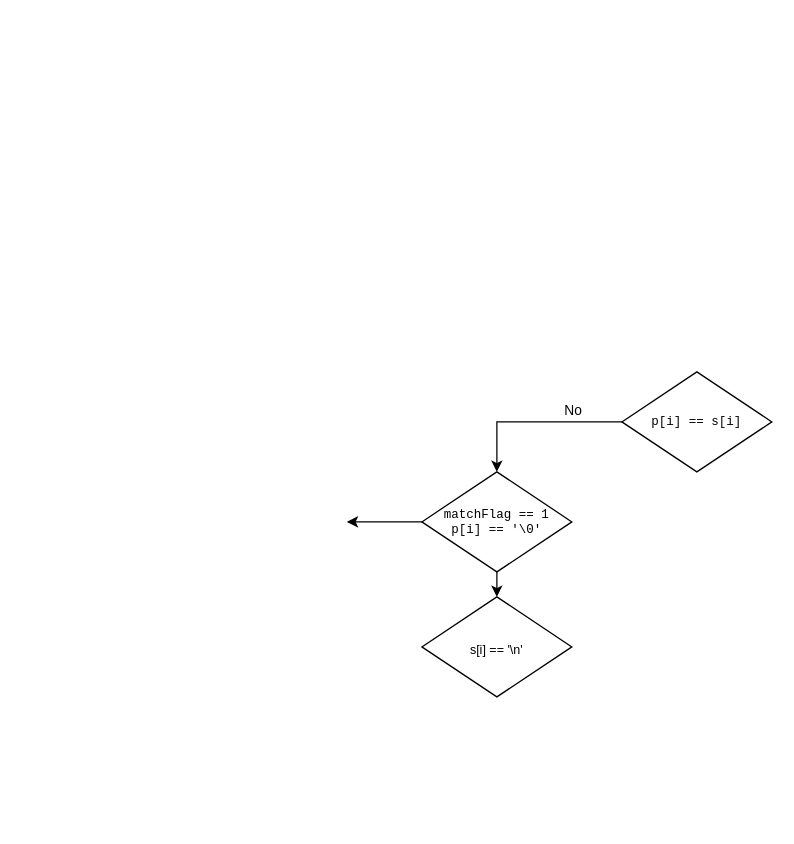
Above: project_01/keyfilter.drawio in Tetour/FIT_IZP (draw.io), before the change. Source tidied: cells renumbered, new cells numbered last; positions are measured from the earlier drawing's top-left corner, leaving out a move shared by most shapes. Both pictures are drawn from the tidied source at 125%, with x=0, y=0 at pixel (346, 371).
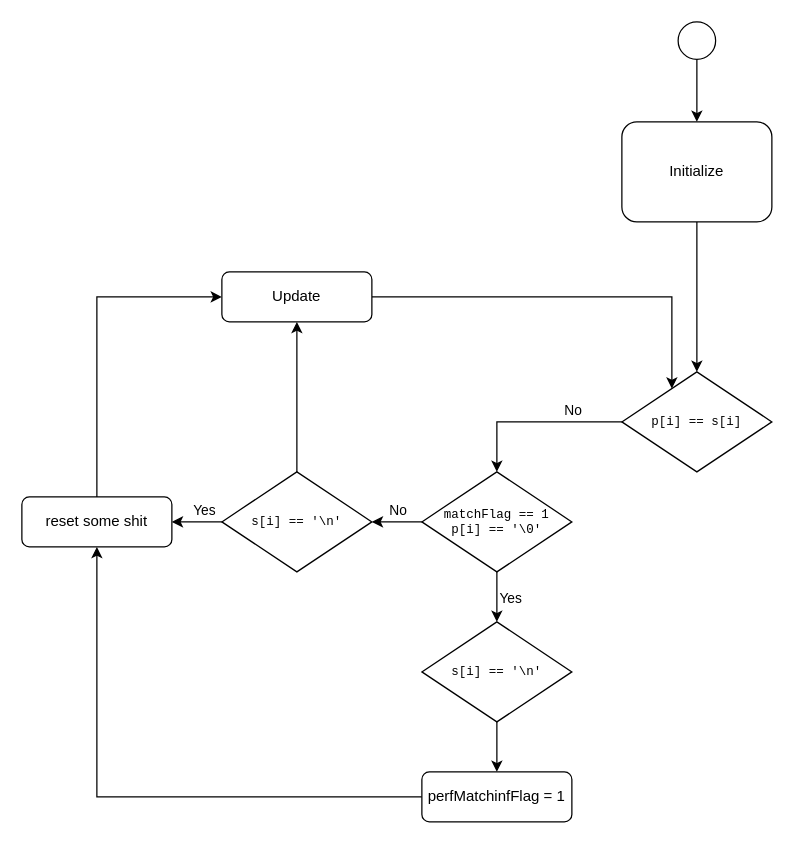
The same page after the edit.

The change refers to these unchanged cells:
```xml
<mxCell id="4" value="&lt;pre style=&quot;font-size: 10px;&quot;&gt;&lt;font style=&quot;font-size: 10px;&quot;&gt;p[i] == s[i]&lt;br&gt;&lt;/font&gt;&lt;/pre&gt;" style="rhombus;whiteSpace=wrap;html=1;hachureGap=4;fontFamily=Architects Daughter;fontSize=20;rounded=0;" parent="1" vertex="1">
  <mxGeometry x="220" width="120" height="80" as="geometry" />
</mxCell>
<mxCell id="6" style="edgeStyle=orthogonalEdgeStyle;jettySize=auto;html=1;" parent="1" edge="1" source="7" target="8">
  <mxGeometry relative="1" as="geometry" />
</mxCell>
<mxCell id="7" value="&lt;div style=&quot;font-size: 10px;&quot; align=&quot;center&quot;&gt;&lt;pre&gt;matchFlag == 1&lt;br&gt;p[i] == '\0'&lt;br&gt;&lt;/pre&gt;&lt;/div&gt;" style="rhombus;whiteSpace=wrap;html=1;hachureGap=4;fontFamily=Architects Daughter;fontSize=20;rounded=0;" parent="1" vertex="1">
  <mxGeometry x="60" y="80" width="120" height="80" as="geometry" />
</mxCell>
```

Diff of the diagram source:
```diff
@@
-    <mxCell id="5" style="edgeStyle=orthogonalEdgeStyle;jettySize=auto;html=1;" parent="1" edge="1" source="7">
-      <mxGeometry relative="1" as="geometry">
-        <mxPoint y="120" as="targetPoint" />
-      </mxGeometry>
+    <mxCell id="5" style="edgeStyle=orthogonalEdgeStyle;jettySize=auto;html=1;" parent="1" edge="1" source="7" target="19">
+      <mxGeometry relative="1" as="geometry" />
     </mxCell>
+    <mxCell id="9" value="No" style="edgeLabel;html=1;align=center;verticalAlign=middle;" parent="5" vertex="1">
+      <mxGeometry x="-0.19" y="-1" relative="1" as="geometry">
+        <mxPoint x="-4" y="-9" as="offset" />
+      </mxGeometry>
+    </mxCell>
@@
+    <mxCell id="10" value="Yes" style="edgeLabel;html=1;align=center;verticalAlign=middle;" parent="6" vertex="1">
+      <mxGeometry x="-0.33" relative="1" as="geometry">
+        <mxPoint x="10" y="7" as="offset" />
+      </mxGeometry>
+    </mxCell>
@@
+    <mxCell id="11" style="edgeStyle=orthogonalEdgeStyle;rounded=0;jettySize=auto;html=1;" parent="1" edge="1" source="8" target="15">
+      <mxGeometry relative="1" as="geometry" />
+    </mxCell>
-    <mxCell id="8" value="&lt;div align=&quot;center&quot;&gt;&lt;pre&gt;&lt;font style=&quot;font-size: 10px;&quot; face=&quot;Helvetica&quot;&gt;s[i] == '\n'&lt;/font&gt;&lt;/pre&gt;&lt;/div&gt;" style="rhombus;whiteSpace=wrap;html=1;hachureGap=4;fontFamily=Architects Daughter;fontSize=20;rounded=0;" parent="1" vertex="1">
-      <mxGeometry x="60" y="180" width="120" height="80" as="geometry" />
+    <mxCell id="8" value="&lt;div style=&quot;font-size: 10px;&quot; align=&quot;center&quot;&gt;&lt;pre&gt;s[i] == '\n'&lt;br&gt;&lt;/pre&gt;&lt;/div&gt;" style="rhombus;whiteSpace=wrap;html=1;hachureGap=4;fontFamily=Architects Daughter;fontSize=20;rounded=0;" parent="1" vertex="1">
+      <mxGeometry x="60" y="200" width="120" height="80" as="geometry" />
     </mxCell>
+    <mxCell id="12" style="edgeStyle=orthogonalEdgeStyle;rounded=0;jettySize=auto;html=1;" parent="1" edge="1" source="13" target="21">
+      <mxGeometry relative="1" as="geometry">
+        <Array as="points">
+          <mxPoint x="-200" y="-60" />
+        </Array>
+      </mxGeometry>
+    </mxCell>
+    <mxCell id="13" value="reset some shit" style="rounded=1;whiteSpace=wrap;html=1;" parent="1" vertex="1">
+      <mxGeometry x="-260" y="100" width="120" height="40" as="geometry" />
+    </mxCell>
+    <mxCell id="14" style="edgeStyle=orthogonalEdgeStyle;rounded=0;jettySize=auto;html=1;" parent="1" edge="1" source="15" target="13">
+      <mxGeometry relative="1" as="geometry" />
+    </mxCell>
+    <mxCell id="15" value="&lt;div&gt;perfMatchinfFlag = 1&lt;/div&gt;" style="rounded=1;whiteSpace=wrap;html=1;" parent="1" vertex="1">
+      <mxGeometry x="60" y="320" width="120" height="40" as="geometry" />
+    </mxCell>
+    <mxCell id="16" style="edgeStyle=orthogonalEdgeStyle;rounded=0;jettySize=auto;html=1;" parent="1" edge="1" source="19" target="13">
+      <mxGeometry relative="1" as="geometry" />
+    </mxCell>
+    <mxCell id="17" value="&lt;div&gt;Yes&lt;/div&gt;" style="edgeLabel;html=1;align=center;verticalAlign=middle;" parent="16" vertex="1">
+      <mxGeometry x="-0.25" y="-3" relative="1" as="geometry">
+        <mxPoint y="-7" as="offset" />
+      </mxGeometry>
+    </mxCell>
+    <mxCell id="18" style="edgeStyle=orthogonalEdgeStyle;rounded=0;jettySize=auto;html=1;" parent="1" edge="1" source="19" target="21">
+      <mxGeometry relative="1" as="geometry" />
+    </mxCell>
+    <mxCell id="19" value="&lt;div style=&quot;font-size: 10px;&quot; align=&quot;center&quot;&gt;&lt;pre&gt;s[i] == '\n'&lt;br&gt;&lt;/pre&gt;&lt;/div&gt;" style="rhombus;whiteSpace=wrap;html=1;hachureGap=4;fontFamily=Architects Daughter;fontSize=20;rounded=0;" parent="1" vertex="1">
+      <mxGeometry x="-100" y="80" width="120" height="80" as="geometry" />
+    </mxCell>
+    <mxCell id="20" style="edgeStyle=orthogonalEdgeStyle;rounded=0;jettySize=auto;html=1;" parent="1" edge="1" source="21" target="4">
+      <mxGeometry relative="1" as="geometry">
+        <Array as="points">
+          <mxPoint x="260" y="-60" />
+        </Array>
+      </mxGeometry>
+    </mxCell>
+    <mxCell id="21" value="Update" style="rounded=1;whiteSpace=wrap;html=1;" parent="1" vertex="1">
+      <mxGeometry x="-100" y="-80" width="120" height="40" as="geometry" />
+    </mxCell>
+    <mxCell id="22" style="edgeStyle=orthogonalEdgeStyle;rounded=0;jettySize=auto;html=1;" parent="1" edge="1" source="23" target="4">
+      <mxGeometry relative="1" as="geometry" />
+    </mxCell>
+    <mxCell id="23" value="Initialize" style="rounded=1;whiteSpace=wrap;html=1;" parent="1" vertex="1">
+      <mxGeometry x="220" y="-200" width="120" height="80" as="geometry" />
+    </mxCell>
+    <mxCell id="24" style="edgeStyle=orthogonalEdgeStyle;rounded=0;jettySize=auto;html=1;" parent="1" edge="1" source="25" target="23">
+      <mxGeometry relative="1" as="geometry" />
+    </mxCell>
+    <mxCell id="25" style="ellipse;" parent="1" vertex="1">
+      <mxGeometry x="265" y="-280" width="30" height="30" as="geometry" />
+    </mxCell>
```
